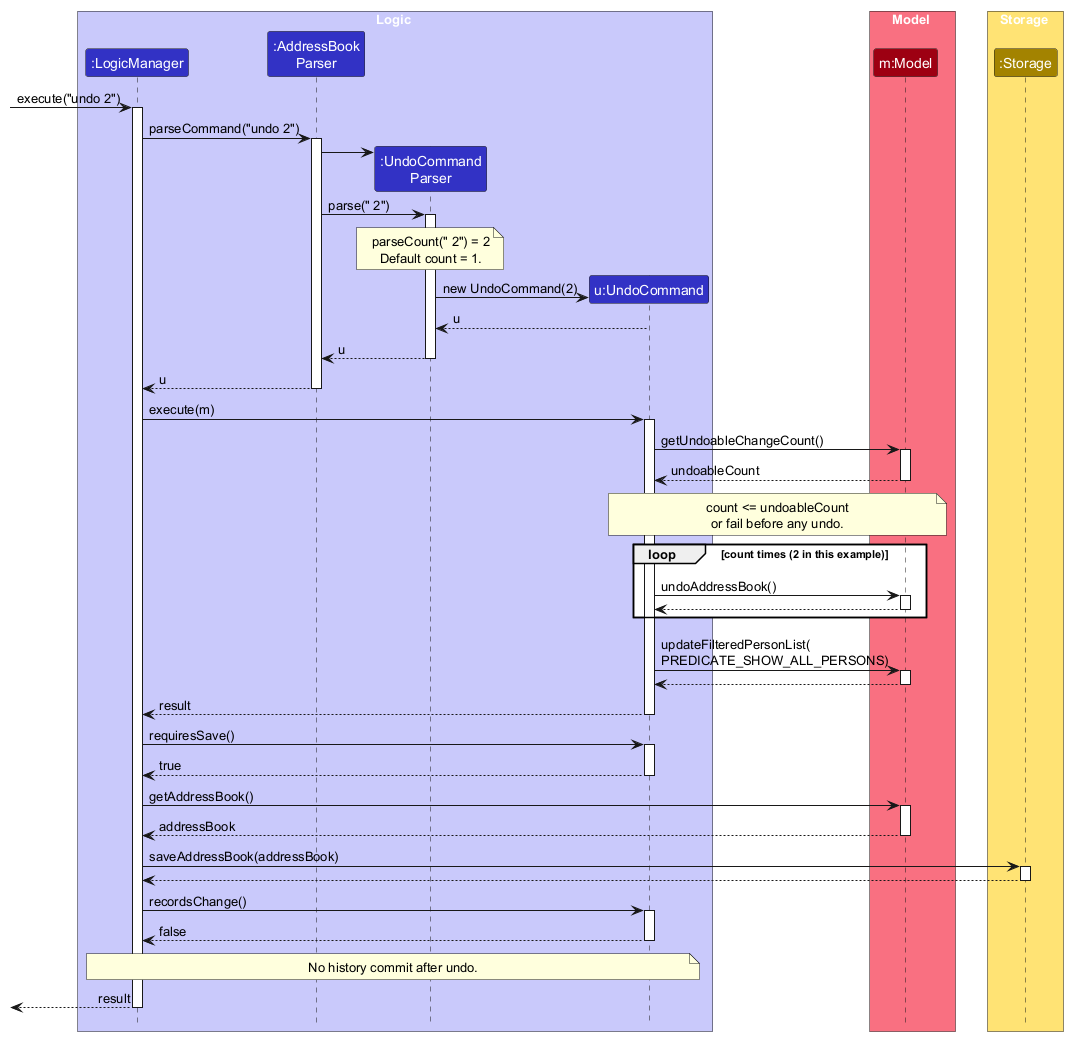
This is docs/images/UndoSequenceDiagram-Logic.png from AY2627S1-CS2103T-T10-3/tp, a PlantUML export, as it was before one commit.
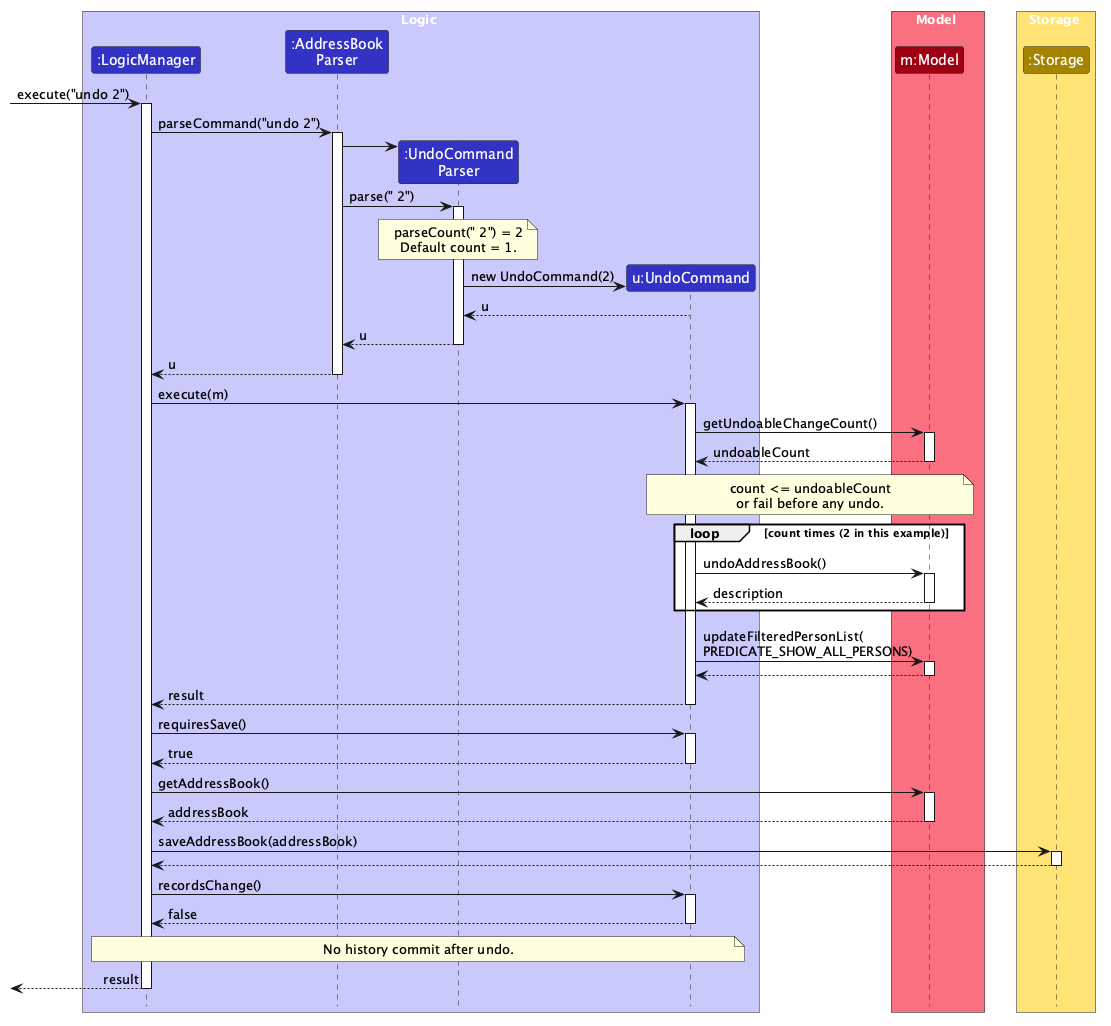
Later version of the same file.

Commit message:
Document reverted commands in undo and redo results

Diff of the diagram source:
```diff
@@ -57,7 +57,7 @@
 loop count times (2 in this example)
     UndoCommand -> Model : undoAddressBook()
     activate Model
-    Model --> UndoCommand
+    Model --> UndoCommand : description
     deactivate Model
 end
 UndoCommand -> Model : updateFilteredPersonList(\nPREDICATE_SHOW_ALL_PERSONS)
```
